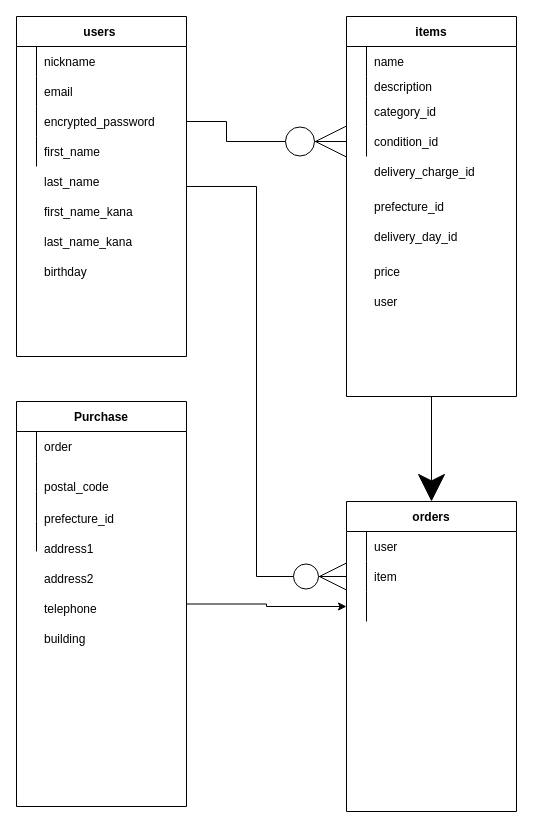
Before: test.dio in koji0805/furima-22136, a draw.io diagram. Source tidied: cells renumbered, new cells numbered last; positions are measured from the earlier drawing's top-left corner, leaving out a move shared by most shapes. Both pictures are drawn from the tidied source at 100%, with x=0, y=0 at pixel (16, 16).
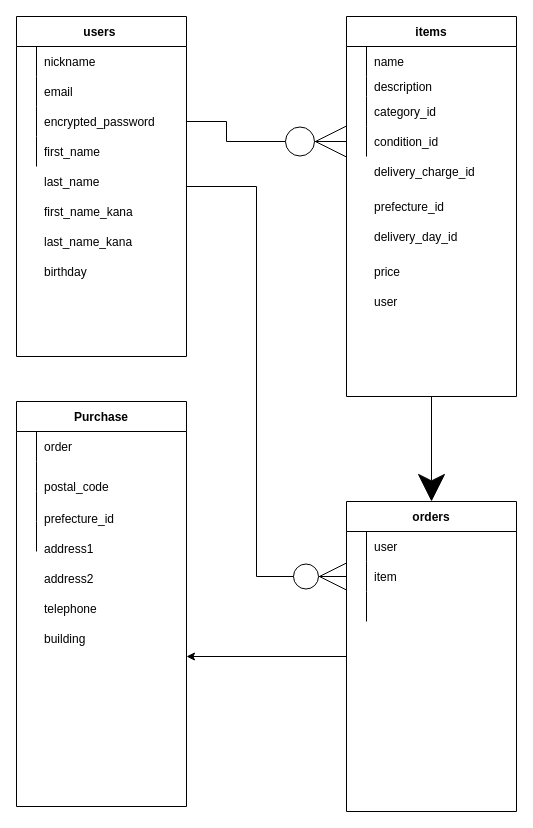
The same diagram, later.

Unchanged cells that the change refers to:
```xml
<mxCell id="37" value="Purchase" style="shape=table;startSize=30;childLayout=tableLayout;rowLines=0;fontStyle=1;align=center;" parent="1" vertex="1">
  <mxGeometry y="385" width="170" height="405" as="geometry" />
</mxCell>
<mxCell id="56" value="orders" style="shape=table;startSize=30;childLayout=tableLayout;rowLines=0;fontStyle=1;align=center;" parent="1" vertex="1">
  <mxGeometry x="330" y="485" width="170" height="310" as="geometry" />
</mxCell>
<mxCell id="63" style="shape=partialRectangle;fillColor=none;top=0;left=0;bottom=0;right=0;points=[[0,0.5],[1,0.5]];portConstraint=eastwest;" parent="56" vertex="1">
  <mxGeometry y="90" width="170" height="30" as="geometry" />
</mxCell>
```

The edit, as a diff of the source:
```diff
@@
-    <mxCell id="36" style="edgeStyle=orthogonalEdgeStyle;rounded=0;jettySize=auto;html=1;entryX=0;entryY=0.5;entryDx=0;entryDy=0;endArrow=classic;endFill=1;" parent="1" edge="1" source="37" target="63">
-      <mxGeometry relative="1" as="geometry" />
-    </mxCell>
@@
+    <mxCell id="70" style="edgeStyle=orthogonalEdgeStyle;rounded=0;jettySize=auto;html=1;endArrow=classic;endFill=1;" parent="1" edge="1" source="56">
+      <mxGeometry relative="1" as="geometry">
+        <mxPoint x="170" y="640" as="targetPoint" />
+      </mxGeometry>
+    </mxCell>
```
